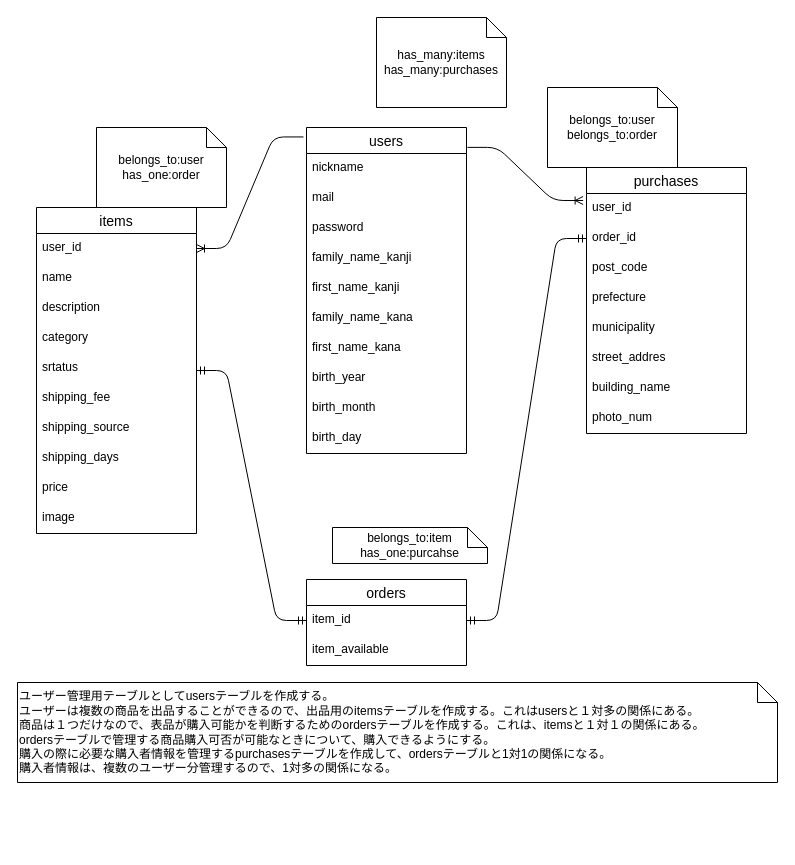
Earlier version of the draw.io diagram ER.dio (tsujiyuma/furima-40329). Source tidied: cells renumbered, new cells numbered last; positions are measured from the earlier drawing's top-left corner, leaving out a move shared by most shapes. Both pictures are drawn from the tidied source at 100%, with x=0, y=0 at pixel (17, 17).
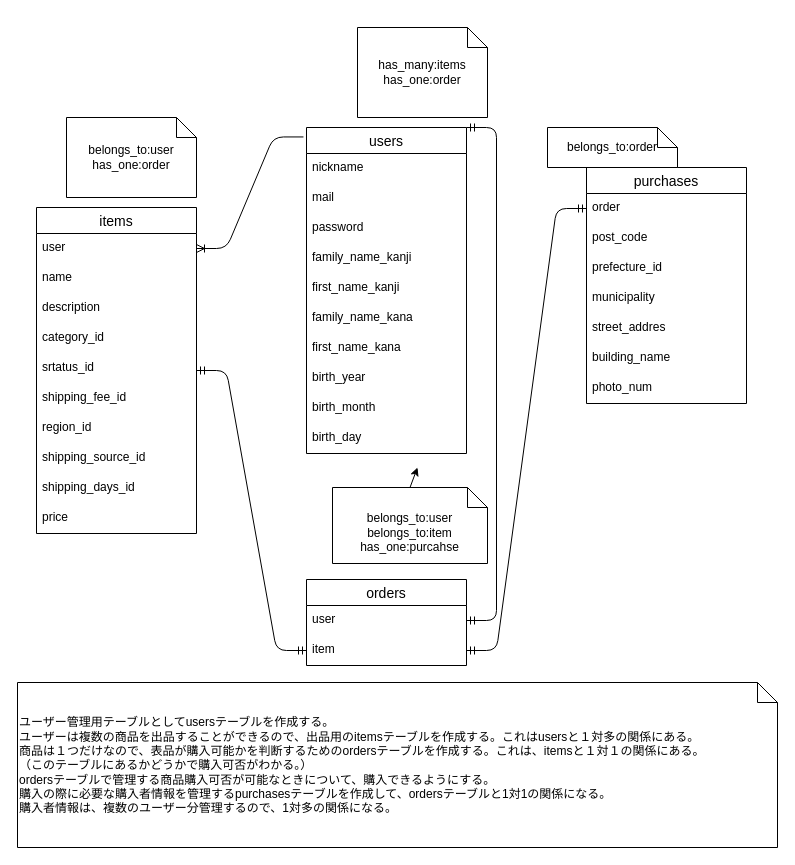
Above is the later version.

Commit message (it also covers changes not shown here):
テーブル構成、アソシエーション見直し

Unchanged cells that the change refers to:
```xml
<mxCell id="2" value="users" style="swimlane;fontStyle=0;horizontal=1;startSize=26;align=center;fontSize=14;" parent="1" vertex="1">
  <mxGeometry x="289" y="110" width="160" height="326" as="geometry" />
</mxCell>
<mxCell id="13" value="items" style="swimlane;fontStyle=0;horizontal=1;startSize=26;align=center;fontSize=14;" parent="1" vertex="1">
  <mxGeometry x="19" y="190" width="160" height="326" as="geometry" />
</mxCell>
<mxCell id="33" value="orders" style="swimlane;fontStyle=0;horizontal=1;startSize=26;align=center;fontSize=14;" parent="1" vertex="1">
  <mxGeometry x="289" y="562" width="160" height="86" as="geometry" />
</mxCell>
```

The edit, as a diff of the source:
```diff
@@
-    <mxCell id="14" value="user_id" style="text;strokeColor=none;fillColor=none;spacingLeft=4;spacingRight=4;overflow=hidden;points=[[0,0.5],[1,0.5]];portConstraint=eastwest;fontSize=12;" parent="13" vertex="1">
+    <mxCell id="14" value="user" style="text;strokeColor=none;fillColor=none;spacingLeft=4;spacingRight=4;overflow=hidden;points=[[0,0.5],[1,0.5]];portConstraint=eastwest;fontSize=12;" parent="13" vertex="1">
       <mxGeometry y="26" width="160" height="30" as="geometry" />
     </mxCell>
@@
-    <mxCell id="17" value="category" style="text;strokeColor=none;fillColor=none;spacingLeft=4;spacingRight=4;overflow=hidden;fontSize=12;" parent="13" vertex="1">
+    <mxCell id="17" value="category_id" style="text;strokeColor=none;fillColor=none;spacingLeft=4;spacingRight=4;overflow=hidden;fontSize=12;" parent="13" vertex="1">
       <mxGeometry y="116" width="160" height="30" as="geometry" />
     </mxCell>
-    <mxCell id="18" value="srtatus" style="text;strokeColor=none;fillColor=none;spacingLeft=4;spacingRight=4;overflow=hidden;fontSize=12;" parent="13" vertex="1">
+    <mxCell id="18" value="srtatus_id" style="text;strokeColor=none;fillColor=none;spacingLeft=4;spacingRight=4;overflow=hidden;fontSize=12;" parent="13" vertex="1">
       <mxGeometry y="146" width="160" height="30" as="geometry" />
     </mxCell>
-    <mxCell id="19" value="shipping_fee" style="text;strokeColor=none;fillColor=none;spacingLeft=4;spacingRight=4;overflow=hidden;fontSize=12;" parent="13" vertex="1">
+    <mxCell id="19" value="shipping_fee_id" style="text;strokeColor=none;fillColor=none;spacingLeft=4;spacingRight=4;overflow=hidden;fontSize=12;" parent="13" vertex="1">
       <mxGeometry y="176" width="160" height="30" as="geometry" />
     </mxCell>
+    <mxCell id="45" value="region_id" style="text;strokeColor=none;fillColor=none;spacingLeft=4;spacingRight=4;overflow=hidden;fontSize=12;" parent="13" vertex="1">
+      <mxGeometry y="206" width="160" height="30" as="geometry" />
+    </mxCell>
-    <mxCell id="20" value="shipping_source" style="text;strokeColor=none;fillColor=none;spacingLeft=4;spacingRight=4;overflow=hidden;fontSize=12;" parent="13" vertex="1">
-      <mxGeometry y="206" width="160" height="30" as="geometry" />
+    <mxCell id="20" value="shipping_source_id" style="text;strokeColor=none;fillColor=none;spacingLeft=4;spacingRight=4;overflow=hidden;fontSize=12;" parent="13" vertex="1">
+      <mxGeometry y="236" width="160" height="30" as="geometry" />
     </mxCell>
-    <mxCell id="21" value="shipping_days" style="text;strokeColor=none;fillColor=none;spacingLeft=4;spacingRight=4;overflow=hidden;fontSize=12;" parent="13" vertex="1">
-      <mxGeometry y="236" width="160" height="30" as="geometry" />
+    <mxCell id="21" value="shipping_days_id" style="text;strokeColor=none;fillColor=none;spacingLeft=4;spacingRight=4;overflow=hidden;fontSize=12;" parent="13" vertex="1">
+      <mxGeometry y="266" width="160" height="30" as="geometry" />
     </mxCell>
     <mxCell id="22" value="price" style="text;strokeColor=none;fillColor=none;spacingLeft=4;spacingRight=4;overflow=hidden;fontSize=12;" parent="13" vertex="1">
-      <mxGeometry y="266" width="160" height="30" as="geometry" />
+      <mxGeometry y="296" width="160" height="30" as="geometry" />
     </mxCell>
-    <mxCell id="23" value="image" style="text;strokeColor=none;fillColor=none;spacingLeft=4;spacingRight=4;overflow=hidden;fontSize=12;" parent="13" vertex="1">
-      <mxGeometry y="296" width="160" height="30" as="geometry" />
-    </mxCell>
     <mxCell id="24" value="purchases" style="swimlane;fontStyle=0;horizontal=1;startSize=26;align=center;fontSize=14;" parent="1" vertex="1">
-      <mxGeometry x="569" y="150" width="160" height="266" as="geometry" />
+      <mxGeometry x="569" y="150" width="160" height="236" as="geometry" />
     </mxCell>
-    <mxCell id="25" value="user_id" style="text;strokeColor=none;fillColor=none;spacingLeft=4;spacingRight=4;overflow=hidden;points=[[0,0.5],[1,0.5]];portConstraint=eastwest;fontSize=12;" parent="24" vertex="1">
-      <mxGeometry y="26" width="160" height="30" as="geometry" />
-    </mxCell>
-    <mxCell id="26" value="order_id" style="text;strokeColor=none;fillColor=none;spacingLeft=4;spacingRight=4;overflow=hidden;points=[[0,0.5],[1,0.5]];portConstraint=eastwest;fontSize=12;" parent="24" vertex="1">
-      <mxGeometry y="56" width="160" height="30" as="geometry" />
+    <mxCell id="26" value="order" style="text;strokeColor=none;fillColor=none;spacingLeft=4;spacingRight=4;overflow=hidden;points=[[0,0.5],[1,0.5]];portConstraint=eastwest;fontSize=12;" parent="24" vertex="1">
+      <mxGeometry y="26" width="160" height="30" as="geometry" />
     </mxCell>
     <mxCell id="27" value="post_code" style="text;strokeColor=none;fillColor=none;spacingLeft=4;spacingRight=4;overflow=hidden;fontSize=12;" parent="24" vertex="1">
-      <mxGeometry y="86" width="160" height="30" as="geometry" />
+      <mxGeometry y="56" width="160" height="30" as="geometry" />
     </mxCell>
-    <mxCell id="28" value="prefecture" style="text;strokeColor=none;fillColor=none;spacingLeft=4;spacingRight=4;overflow=hidden;fontSize=12;" parent="24" vertex="1">
-      <mxGeometry y="116" width="160" height="30" as="geometry" />
+    <mxCell id="28" value="prefecture_id" style="text;strokeColor=none;fillColor=none;spacingLeft=4;spacingRight=4;overflow=hidden;fontSize=12;" parent="24" vertex="1">
+      <mxGeometry y="86" width="160" height="30" as="geometry" />
     </mxCell>
     <mxCell id="29" value="municipality" style="text;strokeColor=none;fillColor=none;spacingLeft=4;spacingRight=4;overflow=hidden;fontSize=12;" parent="24" vertex="1">
-      <mxGeometry y="146" width="160" height="30" as="geometry" />
+      <mxGeometry y="116" width="160" height="30" as="geometry" />
     </mxCell>
     <mxCell id="30" value="street_addres" style="text;strokeColor=none;fillColor=none;spacingLeft=4;spacingRight=4;overflow=hidden;fontSize=12;" parent="24" vertex="1">
-      <mxGeometry y="176" width="160" height="30" as="geometry" />
+      <mxGeometry y="146" width="160" height="30" as="geometry" />
     </mxCell>
     <mxCell id="31" value="building_name" style="text;strokeColor=none;fillColor=none;spacingLeft=4;spacingRight=4;overflow=hidden;fontSize=12;" parent="24" vertex="1">
-      <mxGeometry y="206" width="160" height="30" as="geometry" />
+      <mxGeometry y="176" width="160" height="30" as="geometry" />
     </mxCell>
     <mxCell id="32" value="photo_num" style="text;strokeColor=none;fillColor=none;spacingLeft=4;spacingRight=4;overflow=hidden;fontSize=12;" parent="24" vertex="1">
-      <mxGeometry y="236" width="160" height="30" as="geometry" />
+      <mxGeometry y="206" width="160" height="30" as="geometry" />
     </mxCell>
@@
+    <mxCell id="35" value="user" style="text;strokeColor=none;fillColor=none;spacingLeft=4;spacingRight=4;overflow=hidden;points=[[0,0.5],[1,0.5]];portConstraint=eastwest;fontSize=12;" parent="33" vertex="1">
+      <mxGeometry y="26" width="160" height="30" as="geometry" />
+    </mxCell>
-    <mxCell id="34" value="item_id" style="text;strokeColor=none;fillColor=none;spacingLeft=4;spacingRight=4;overflow=hidden;points=[[0,0.5],[1,0.5]];portConstraint=eastwest;fontSize=12;" parent="33" vertex="1">
-      <mxGeometry y="26" width="160" height="30" as="geometry" />
+    <mxCell id="34" value="item" style="text;strokeColor=none;fillColor=none;spacingLeft=4;spacingRight=4;overflow=hidden;points=[[0,0.5],[1,0.5]];portConstraint=eastwest;fontSize=12;" parent="33" vertex="1">
+      <mxGeometry y="56" width="160" height="30" as="geometry" />
     </mxCell>
-    <mxCell id="35" value="item_available" style="text;strokeColor=none;fillColor=none;spacingLeft=4;spacingRight=4;overflow=hidden;points=[[0,0.5],[1,0.5]];portConstraint=eastwest;fontSize=12;" parent="33" vertex="1">
-      <mxGeometry y="56" width="160" height="30" as="geometry" />
-    </mxCell>
@@
-    <mxCell id="39" value="ユーザー管理用テーブルとしてusersテーブルを作成する。&lt;br&gt;ユーザーは複数の商品を出品することができるので、出品用のitemsテーブルを作成する。これはusersと１対多の関係にある。&lt;br&gt;商品は１つだけなので、表品が購入可能かを判断するためのordersテーブルを作成する。これは、itemsと１対１の関係にある。&lt;br&gt;ordersテーブルで管理する商品購入可否が可能なときについて、購入できるようにする。&lt;br&gt;購入の際に必要な購入者情報を管理するpurchasesテーブルを作成して、ordersテーブルと1対1の関係になる。&lt;br&gt;購入者情報は、複数のユーザー分管理するので、1対多の関係になる。" style="shape=note;size=20;whiteSpace=wrap;html=1;align=left;" parent="1" vertex="1">
-      <mxGeometry y="665" width="760" height="100" as="geometry" />
+    <mxCell id="39" value="ユーザー管理用テーブルとしてusersテーブルを作成する。&lt;br&gt;ユーザーは複数の商品を出品することができるので、出品用のitemsテーブルを作成する。これはusersと１対多の関係にある。&lt;br&gt;商品は１つだけなので、表品が購入可能かを判断するためのordersテーブルを作成する。これは、itemsと１対１の関係にある。&lt;br&gt;（このテーブルにあるかどうかで購入可否がわかる。）&lt;br&gt;ordersテーブルで管理する商品購入可否が可能なときについて、購入できるようにする。&lt;br&gt;購入の際に必要な購入者情報を管理するpurchasesテーブルを作成して、ordersテーブルと1対1の関係になる。&lt;br&gt;購入者情報は、複数のユーザー分管理するので、1対多の関係になる。" style="shape=note;size=20;whiteSpace=wrap;html=1;align=left;" parent="1" vertex="1">
+      <mxGeometry y="665" width="760" height="165" as="geometry" />
     </mxCell>
-    <mxCell id="40" value="has_many:items&lt;br&gt;has_many:purchases" style="shape=note;size=20;whiteSpace=wrap;html=1;" parent="1" vertex="1">
-      <mxGeometry x="359" width="130" height="90" as="geometry" />
+    <mxCell id="40" value="has_many:items&lt;br&gt;has_one:order" style="shape=note;size=20;whiteSpace=wrap;html=1;" parent="1" vertex="1">
+      <mxGeometry x="340" y="10" width="130" height="90" as="geometry" />
     </mxCell>
     <mxCell id="41" value="belongs_to:user&lt;br&gt;has_one:order" style="shape=note;size=20;whiteSpace=wrap;html=1;" parent="1" vertex="1">
-      <mxGeometry x="79" y="110" width="130" height="80" as="geometry" />
+      <mxGeometry x="49" y="100" width="130" height="80" as="geometry" />
     </mxCell>
+    <mxCell id="46" style="edgeStyle=none;html=1;exitX=0.5;exitY=0;exitDx=0;exitDy=0;exitPerimeter=0;" parent="1" edge="1" source="42">
+      <mxGeometry relative="1" as="geometry">
+        <mxPoint x="400" y="450" as="targetPoint" />
+      </mxGeometry>
+    </mxCell>
-    <mxCell id="42" value="belongs_to:item&lt;br&gt;has_one:purcahse" style="shape=note;size=20;whiteSpace=wrap;html=1;" parent="1" vertex="1">
-      <mxGeometry x="315" y="510" width="155" height="36" as="geometry" />
+    <mxCell id="42" value="&lt;br&gt;belongs_to:user&lt;br&gt;belongs_to:item&lt;br&gt;has_one:purcahse" style="shape=note;size=20;whiteSpace=wrap;html=1;" parent="1" vertex="1">
+      <mxGeometry x="315" y="470" width="155" height="76" as="geometry" />
     </mxCell>
-    <mxCell id="43" value="belongs_to:user&lt;br&gt;belongs_to:order" style="shape=note;size=20;whiteSpace=wrap;html=1;" parent="1" vertex="1">
-      <mxGeometry x="530" y="70" width="130" height="80" as="geometry" />
+    <mxCell id="43" value="belongs_to:order" style="shape=note;size=20;whiteSpace=wrap;html=1;" parent="1" vertex="1">
+      <mxGeometry x="530" y="110" width="130" height="40" as="geometry" />
     </mxCell>
-    <mxCell id="44" style="edgeStyle=entityRelationEdgeStyle;fontSize=12;html=1;endArrow=ERoneToMany;exitX=1.006;exitY=0.061;exitDx=0;exitDy=0;exitPerimeter=0;entryX=-0.021;entryY=0.233;entryDx=0;entryDy=0;entryPerimeter=0;" parent="1" edge="1" source="2" target="25">
-      <mxGeometry relative="1" as="geometry" />
-    </mxCell>
+    <mxCell id="47" style="edgeStyle=entityRelationEdgeStyle;fontSize=12;html=1;endArrow=ERmandOne;startArrow=ERmandOne;entryX=1;entryY=0.5;entryDx=0;entryDy=0;exitX=1;exitY=0;exitDx=0;exitDy=0;" parent="1" edge="1" source="2" target="35">
+      <mxGeometry relative="1" as="geometry" />
+    </mxCell>
```
